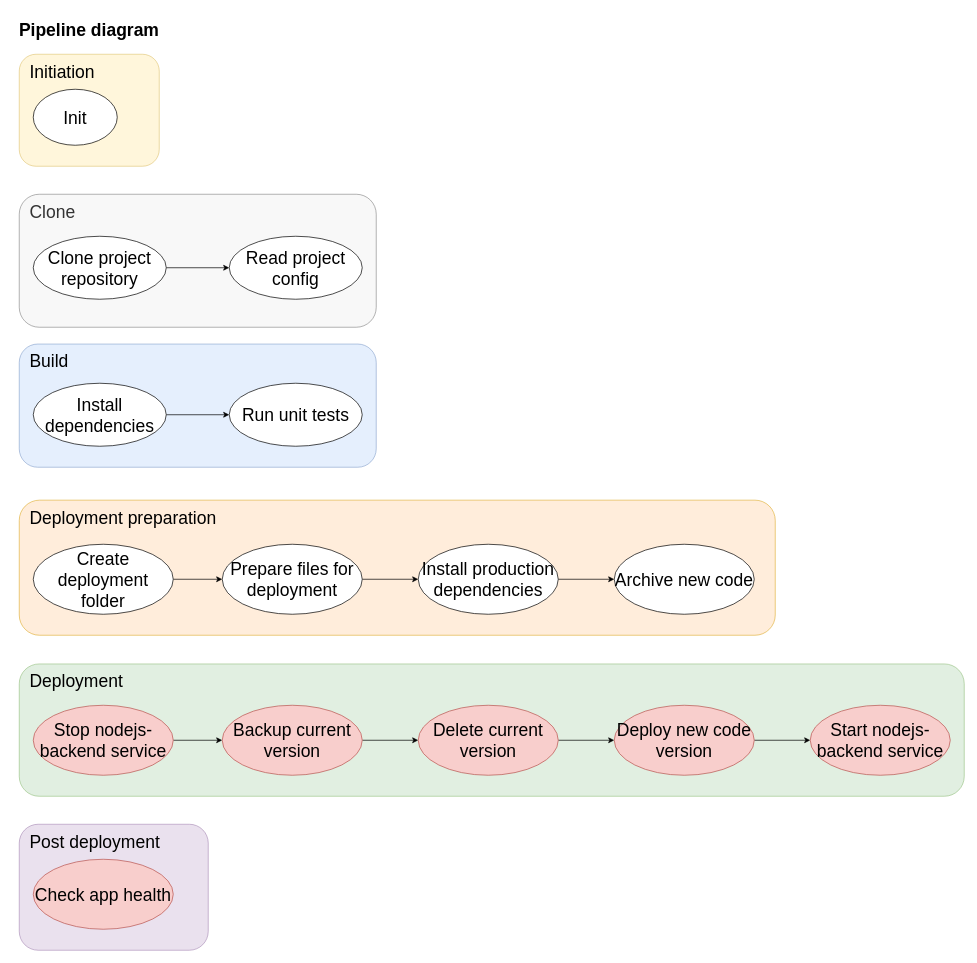
Above: diagrams/pipeline-diagram.drawio in DomnMihai/jenkins-pipeline-tutorial__configuration (draw.io), before the change. Source tidied: cells renumbered, new cells numbered last; positions are measured from the earlier drawing's top-left corner, leaving out a move shared by most shapes. Both pictures are drawn from the tidied source at 70%, with x=0, y=0 at pixel (12, 12).
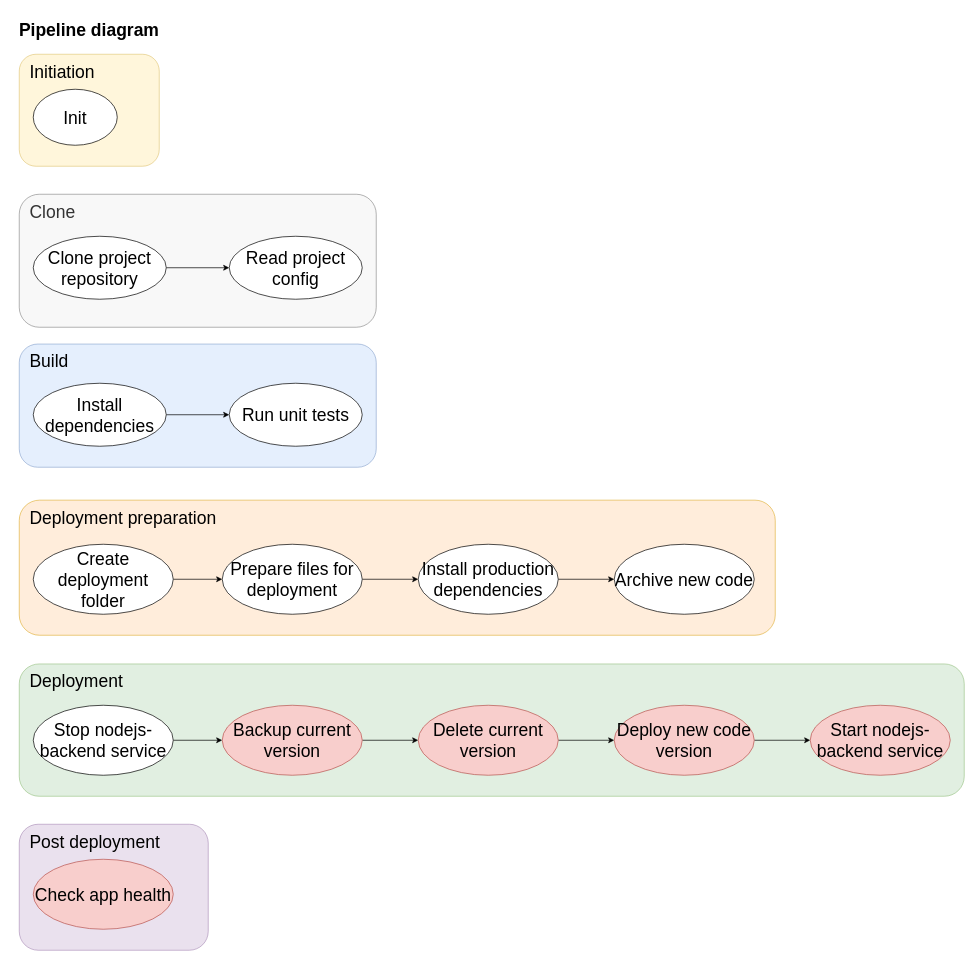
Above is the later version.

Commit message:
Updated diagram Add sudo privileges to jenkins user

The edit, as a diff of the source:
```diff
@@
-    <mxCell id="24" value="Stop nodejs-backend service" style="ellipse;whiteSpace=wrap;html=1;fontSize=25;fillColor=#f8cecc;strokeColor=#b85450;" parent="1" vertex="1">
+    <mxCell id="24" value="Stop nodejs-backend service" style="ellipse;whiteSpace=wrap;html=1;fontSize=25;" parent="1" vertex="1">
       <mxGeometry x="30" y="990" width="200" height="100" as="geometry" />
     </mxCell>
```
